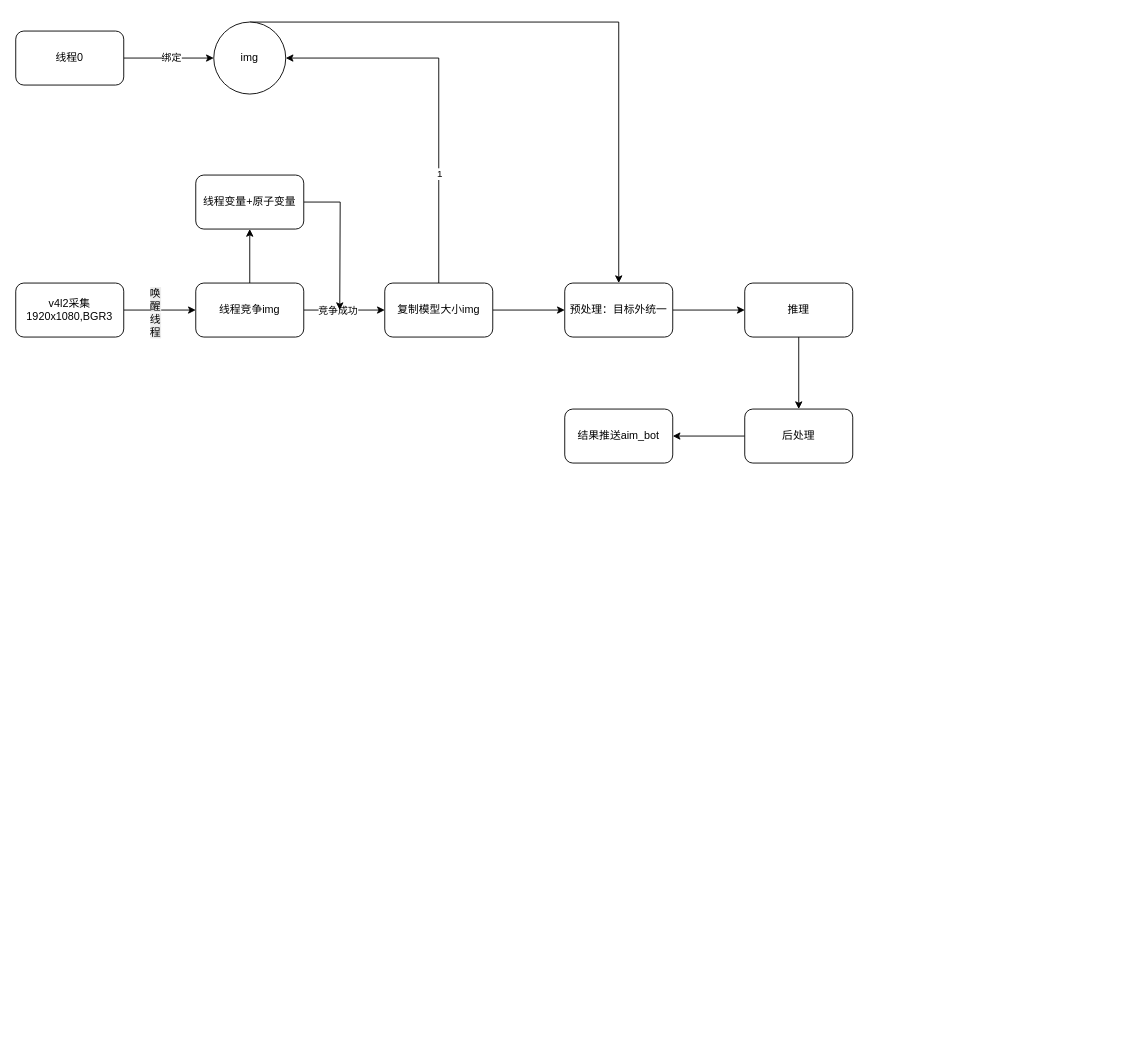
Earlier version of the draw.io diagram rk_yolo.drawio (10fantastic/zhoujm). Source tidied: cells renumbered, new cells numbered last; positions are measured from the earlier drawing's top-left corner, leaving out a move shared by most shapes. Both pictures are drawn from the tidied source at 90%, with x=0, y=0 at pixel (15, 22).
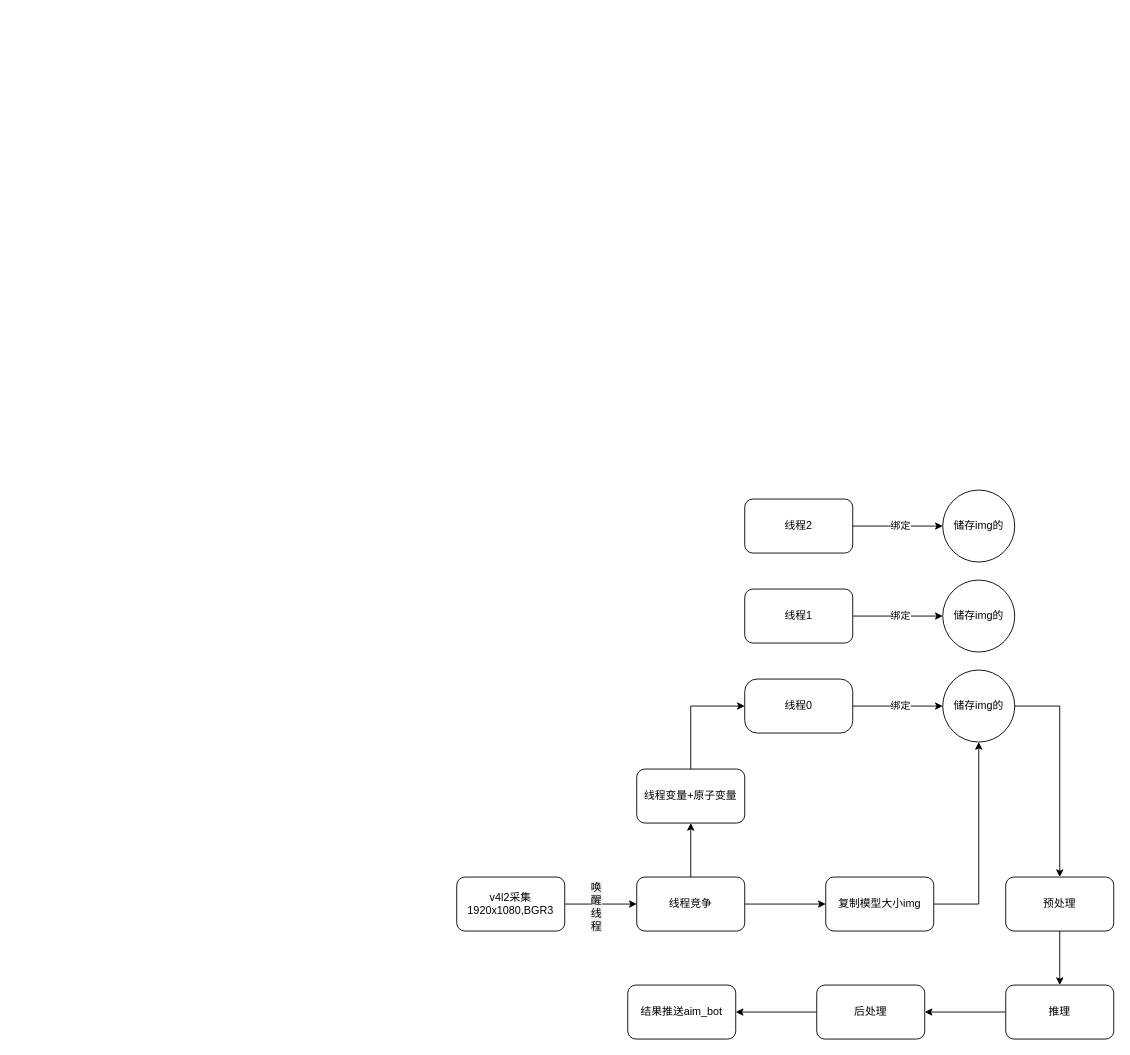
The same page after the edit.

Change to the diagram source:
```diff
@@
-    <mxCell id="2" style="edgeStyle=orthogonalEdgeStyle;rounded=0;jettySize=auto;html=1;" parent="1" edge="1" source="4" target="8">
-      <mxGeometry relative="1" as="geometry" />
-    </mxCell>
+    <mxCell id="27" style="edgeStyle=orthogonalEdgeStyle;rounded=0;jettySize=auto;html=1;" parent="1" edge="1" source="4" target="30">
+      <mxGeometry relative="1" as="geometry" />
+    </mxCell>
-    <mxCell id="3" value="&lt;span style=&quot;font-size: 12px; text-wrap: wrap; background-color: rgb(236, 236, 236);&quot;&gt;唤醒线程&lt;/span&gt;" style="edgeLabel;html=1;align=center;verticalAlign=middle;" parent="2" vertex="1">
+    <mxCell id="3" value="&lt;span style=&quot;font-size: 12px; text-wrap: wrap; background-color: rgb(236, 236, 236);&quot;&gt;唤醒线程&lt;/span&gt;" style="edgeLabel;html=1;align=center;verticalAlign=middle;" parent="27" vertex="1">
       <mxGeometry x="-0.15" y="-2" relative="1" as="geometry" />
     </mxCell>
     <mxCell id="4" value="v4l2采集1920x1080,BGR3" style="rounded=1;whiteSpace=wrap;html=1;" parent="1" vertex="1">
-      <mxGeometry y="290" width="120" height="60" as="geometry" />
+      <mxGeometry x="490" y="950" width="120" height="60" as="geometry" />
     </mxCell>
-    <mxCell id="5" style="edgeStyle=orthogonalEdgeStyle;rounded=0;jettySize=auto;html=1;" parent="1" edge="1" source="8" target="17">
-      <mxGeometry relative="1" as="geometry" />
-    </mxCell>
-    <mxCell id="6" value="竞争成功" style="edgeLabel;html=1;align=center;verticalAlign=middle;" parent="5" vertex="1">
-      <mxGeometry x="-0.17" relative="1" as="geometry" />
-    </mxCell>
-    <mxCell id="7" style="edgeStyle=orthogonalEdgeStyle;rounded=0;jettySize=auto;html=1;" parent="1" edge="1" source="8" target="19">
-      <mxGeometry relative="1" as="geometry" />
-    </mxCell>
-    <mxCell id="8" value="线程竞争img" style="rounded=1;whiteSpace=wrap;html=1;" parent="1" vertex="1">
-      <mxGeometry x="200" y="290" width="120" height="60" as="geometry" />
-    </mxCell>
-    <mxCell id="9" style="edgeStyle=orthogonalEdgeStyle;rounded=0;jettySize=auto;html=1;" parent="1" edge="1" source="11" target="13">
-      <mxGeometry relative="1" as="geometry" />
-    </mxCell>
-    <mxCell id="10" value="绑定" style="edgeLabel;html=1;align=center;verticalAlign=middle;" parent="9" vertex="1">
-      <mxGeometry x="0.04" y="1" relative="1" as="geometry" />
-    </mxCell>
+    <mxCell id="28" style="edgeStyle=orthogonalEdgeStyle;rounded=0;jettySize=auto;html=1;" parent="1" edge="1" source="30" target="19">
+      <mxGeometry relative="1" as="geometry" />
+    </mxCell>
+    <mxCell id="29" style="edgeStyle=orthogonalEdgeStyle;rounded=0;jettySize=auto;html=1;entryX=0;entryY=0.5;entryDx=0;entryDy=0;" parent="1" edge="1" source="30" target="17">
+      <mxGeometry relative="1" as="geometry" />
+    </mxCell>
+    <mxCell id="30" value="线程竞争" style="rounded=1;whiteSpace=wrap;html=1;" parent="1" vertex="1">
+      <mxGeometry x="690" y="950" width="120" height="60" as="geometry" />
+    </mxCell>
+    <mxCell id="31" style="edgeStyle=orthogonalEdgeStyle;rounded=0;jettySize=auto;html=1;" parent="1" edge="1" source="11" target="34">
+      <mxGeometry relative="1" as="geometry" />
+    </mxCell>
+    <mxCell id="32" value="绑定" style="edgeLabel;html=1;align=center;verticalAlign=middle;" parent="31" vertex="1">
+      <mxGeometry x="0.04" y="1" relative="1" as="geometry" />
+    </mxCell>
-    <mxCell id="11" value="线程0" style="rounded=1;whiteSpace=wrap;html=1;" parent="1" vertex="1">
-      <mxGeometry y="10" width="120" height="60" as="geometry" />
+    <mxCell id="11" value="线程0" style="rounded=1;whiteSpace=wrap;html=1;arcSize=23;" parent="1" vertex="1">
+      <mxGeometry x="810" y="730" width="120" height="60" as="geometry" />
     </mxCell>
-    <mxCell id="12" style="edgeStyle=orthogonalEdgeStyle;rounded=0;jettySize=auto;html=1;" parent="1" edge="1" source="13" target="21">
-      <mxGeometry relative="1" as="geometry">
-        <Array as="points">
-          <mxPoint x="670" />
-        </Array>
-      </mxGeometry>
-    </mxCell>
-    <mxCell id="13" value="img" style="ellipse;whiteSpace=wrap;html=1;rounded=1;" parent="1" vertex="1">
-      <mxGeometry x="220" width="80" height="80" as="geometry" />
-    </mxCell>
-    <mxCell id="14" style="edgeStyle=orthogonalEdgeStyle;rounded=0;jettySize=auto;html=1;entryX=1;entryY=0.5;entryDx=0;entryDy=0;" parent="1" edge="1" source="17" target="13">
-      <mxGeometry relative="1" as="geometry">
-        <Array as="points">
-          <mxPoint x="470" y="40" />
-        </Array>
-      </mxGeometry>
-    </mxCell>
-    <mxCell id="15" value="1" style="edgeLabel;html=1;align=center;verticalAlign=middle;" parent="14" vertex="1">
-      <mxGeometry x="-0.42" relative="1" as="geometry" />
-    </mxCell>
-    <mxCell id="16" style="edgeStyle=orthogonalEdgeStyle;rounded=0;jettySize=auto;html=1;" parent="1" edge="1" source="17" target="21">
-      <mxGeometry relative="1" as="geometry" />
-    </mxCell>
+    <mxCell id="33" style="edgeStyle=orthogonalEdgeStyle;rounded=0;jettySize=auto;html=1;" parent="1" edge="1" source="34" target="38">
+      <mxGeometry relative="1" as="geometry">
+        <Array as="points">
+          <mxPoint x="1160" y="760" />
+        </Array>
+      </mxGeometry>
+    </mxCell>
+    <mxCell id="34" value="储存img的" style="ellipse;whiteSpace=wrap;html=1;rounded=1;" parent="1" vertex="1">
+      <mxGeometry x="1030" y="720" width="80" height="80" as="geometry" />
+    </mxCell>
+    <mxCell id="35" style="edgeStyle=orthogonalEdgeStyle;rounded=0;jettySize=auto;html=1;entryX=0.5;entryY=1;entryDx=0;entryDy=0;" parent="1" edge="1" source="17" target="34">
+      <mxGeometry relative="1" as="geometry" />
+    </mxCell>
     <mxCell id="17" value="复制模型大小img" style="rounded=1;whiteSpace=wrap;html=1;" parent="1" vertex="1">
-      <mxGeometry x="410" y="290" width="120" height="60" as="geometry" />
+      <mxGeometry x="900" y="950" width="120" height="60" as="geometry" />
     </mxCell>
-    <mxCell id="18" style="edgeStyle=orthogonalEdgeStyle;rounded=0;jettySize=auto;html=1;" parent="1" edge="1" source="19">
-      <mxGeometry relative="1" as="geometry">
-        <mxPoint x="360" y="320" as="targetPoint" />
-      </mxGeometry>
-    </mxCell>
+    <mxCell id="36" style="edgeStyle=orthogonalEdgeStyle;rounded=0;jettySize=auto;html=1;entryX=0;entryY=0.5;entryDx=0;entryDy=0;" parent="1" edge="1" source="19" target="11">
+      <mxGeometry relative="1" as="geometry" />
+    </mxCell>
     <mxCell id="19" value="线程变量+原子变量" style="rounded=1;whiteSpace=wrap;html=1;" parent="1" vertex="1">
-      <mxGeometry x="200" y="170" width="120" height="60" as="geometry" />
+      <mxGeometry x="690" y="830" width="120" height="60" as="geometry" />
     </mxCell>
-    <mxCell id="20" style="edgeStyle=orthogonalEdgeStyle;rounded=0;jettySize=auto;html=1;" parent="1" edge="1" source="21" target="23">
-      <mxGeometry relative="1" as="geometry" />
-    </mxCell>
-    <mxCell id="21" value="预处理：目标外统一" style="whiteSpace=wrap;html=1;rounded=1;" parent="1" vertex="1">
-      <mxGeometry x="610" y="290" width="120" height="60" as="geometry" />
-    </mxCell>
+    <mxCell id="37" style="edgeStyle=orthogonalEdgeStyle;rounded=0;jettySize=auto;html=1;" parent="1" edge="1" source="38" target="23">
+      <mxGeometry relative="1" as="geometry" />
+    </mxCell>
+    <mxCell id="38" value="预处理" style="whiteSpace=wrap;html=1;rounded=1;" parent="1" vertex="1">
+      <mxGeometry x="1100" y="950" width="120" height="60" as="geometry" />
+    </mxCell>
@@
     <mxCell id="23" value="推理" style="whiteSpace=wrap;html=1;rounded=1;" parent="1" vertex="1">
-      <mxGeometry x="810" y="290" width="120" height="60" as="geometry" />
+      <mxGeometry x="1100" y="1070" width="120" height="60" as="geometry" />
     </mxCell>
@@
     <mxCell id="25" value="后处理" style="whiteSpace=wrap;html=1;rounded=1;" parent="1" vertex="1">
-      <mxGeometry x="810" y="430" width="120" height="60" as="geometry" />
+      <mxGeometry x="890" y="1070" width="120" height="60" as="geometry" />
     </mxCell>
     <mxCell id="26" value="结果推送aim_bot" style="whiteSpace=wrap;html=1;rounded=1;" parent="1" vertex="1">
-      <mxGeometry x="610" y="430" width="120" height="60" as="geometry" />
+      <mxGeometry x="680" y="1070" width="120" height="60" as="geometry" />
     </mxCell>
+    <mxCell id="39" style="edgeStyle=orthogonalEdgeStyle;rounded=0;jettySize=auto;html=1;" parent="1" edge="1" source="41" target="42">
+      <mxGeometry relative="1" as="geometry" />
+    </mxCell>
+    <mxCell id="40" value="绑定" style="edgeLabel;html=1;align=center;verticalAlign=middle;" parent="39" vertex="1">
+      <mxGeometry x="0.04" y="1" relative="1" as="geometry" />
+    </mxCell>
+    <mxCell id="41" value="线程1" style="rounded=1;whiteSpace=wrap;html=1;" parent="1" vertex="1">
+      <mxGeometry x="810" y="630" width="120" height="60" as="geometry" />
+    </mxCell>
+    <mxCell id="42" value="储存img的" style="ellipse;whiteSpace=wrap;html=1;rounded=1;" parent="1" vertex="1">
+      <mxGeometry x="1030" y="620" width="80" height="80" as="geometry" />
+    </mxCell>
+    <mxCell id="43" style="edgeStyle=orthogonalEdgeStyle;rounded=0;jettySize=auto;html=1;" parent="1" edge="1" source="45" target="46">
+      <mxGeometry relative="1" as="geometry" />
+    </mxCell>
+    <mxCell id="44" value="绑定" style="edgeLabel;html=1;align=center;verticalAlign=middle;" parent="43" vertex="1">
+      <mxGeometry x="0.04" y="1" relative="1" as="geometry" />
+    </mxCell>
+    <mxCell id="45" value="线程2" style="rounded=1;whiteSpace=wrap;html=1;" parent="1" vertex="1">
+      <mxGeometry x="810" y="530" width="120" height="60" as="geometry" />
+    </mxCell>
+    <mxCell id="46" value="储存img的" style="ellipse;whiteSpace=wrap;html=1;rounded=1;" parent="1" vertex="1">
+      <mxGeometry x="1030" y="520" width="80" height="80" as="geometry" />
+    </mxCell>
```
